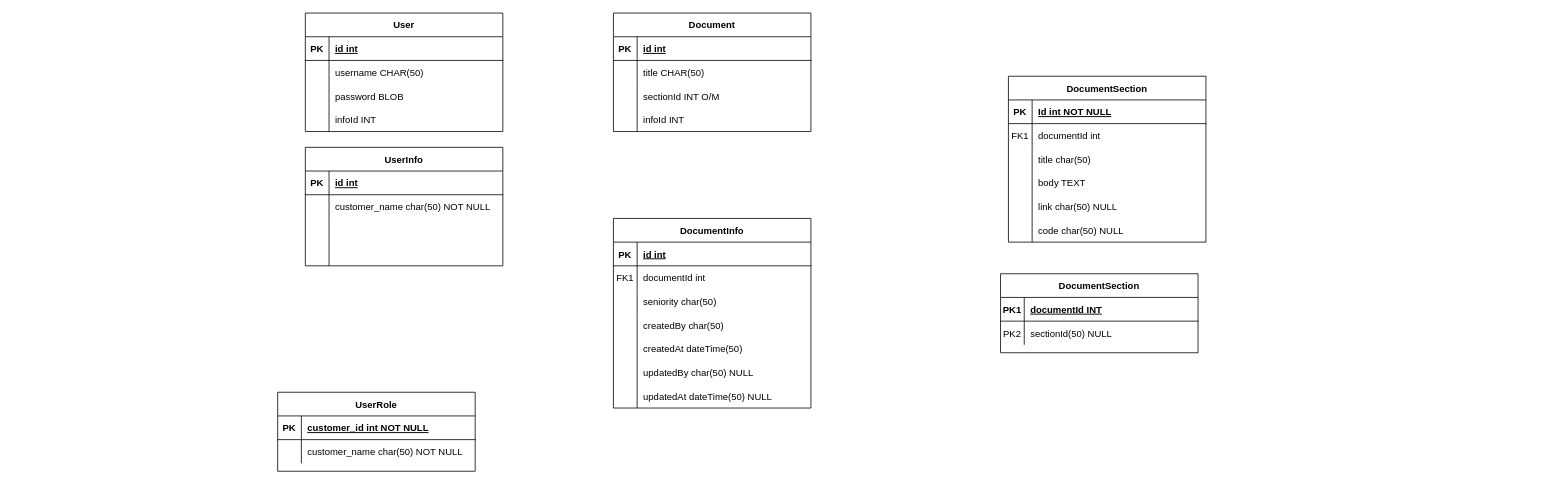
This is Diagrama sin título.drawio from Vedgge/WormSync, a draw.io file, before an edit. Source tidied: cells renumbered, new cells numbered last; positions are measured from the earlier drawing's top-left corner, leaving out a move shared by most shapes. Both pictures are drawn from the tidied source at 79%, with x=0, y=0 at pixel (277, 13).
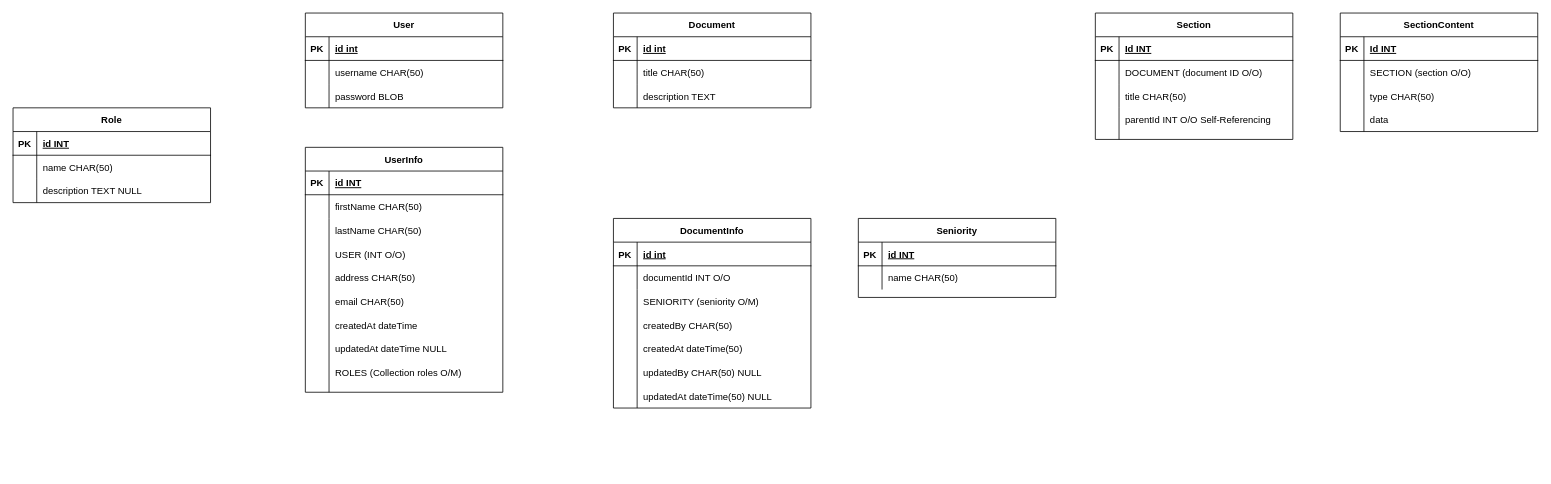
The same page after the edit.

Unchanged cells that the change refers to:
```xml
<mxCell id="3" style="shape=partialRectangle;fillColor=none;top=0;left=0;right=0;bottom=1;" parent="2" vertex="1">
  <mxGeometry y="30" width="250" height="30" as="geometry" />
</mxCell>
<mxCell id="6" style="shape=partialRectangle;fillColor=none;top=0;left=0;right=0;bottom=0;" parent="2" vertex="1">
  <mxGeometry y="60" width="250" height="30" as="geometry" />
</mxCell>
<mxCell id="9" style="shape=partialRectangle;fillColor=none;top=0;left=0;right=0;bottom=0;" parent="2" vertex="1">
  <mxGeometry y="90" width="250" height="30" as="geometry" />
</mxCell>
<mxCell id="20" style="shape=partialRectangle;fillColor=none;top=0;left=0;right=0;bottom=1;" parent="19" vertex="1">
  <mxGeometry y="30" width="250" height="30" as="geometry" />
</mxCell>
<mxCell id="23" style="shape=partialRectangle;fillColor=none;top=0;left=0;right=0;bottom=0;" parent="19" vertex="1">
  <mxGeometry y="60" width="250" height="30" as="geometry" />
</mxCell>
<mxCell id="27" style="shape=partialRectangle;fillColor=none;top=0;left=0;right=0;bottom=1;" parent="26" vertex="1">
  <mxGeometry y="30" width="250" height="30" as="geometry" />
</mxCell>
<mxCell id="30" style="shape=partialRectangle;fillColor=none;top=0;left=0;right=0;bottom=0;" parent="26" vertex="1">
  <mxGeometry y="60" width="250" height="30" as="geometry" />
</mxCell>
<mxCell id="34" value="DocumentInfo" style="shape=table;startSize=30;childLayout=tableLayout;rowLines=0;fontStyle=1;align=center;" parent="1" vertex="1">
  <mxGeometry x="425" y="260" width="250" height="240" as="geometry" />
</mxCell>
<mxCell id="65" style="group;" parent="1" vertex="1">
  <mxGeometry x="425" width="250" height="150" as="geometry" />
</mxCell>
<mxCell id="67" style="group;" parent="65" vertex="1">
  <mxGeometry width="250" height="150" as="geometry" />
</mxCell>
```

What changed in the source:
```diff
@@
-    <mxCell id="2" value="DocumentSection" style="shape=table;startSize=30;childLayout=tableLayout;rowLines=0;fontStyle=1;align=center;" parent="1" vertex="1">
-      <mxGeometry x="925" y="80" width="250" height="210" as="geometry" />
+    <mxCell id="2" value="Section" style="shape=table;startSize=30;childLayout=tableLayout;rowLines=0;fontStyle=1;align=center;" parent="1" vertex="1">
+      <mxGeometry x="1035" width="250" height="160" as="geometry" />
     </mxCell>
@@
-    <mxCell id="5" value="Id int NOT NULL " style="shape=partialRectangle;overflow=hidden;fillColor=none;top=0;left=0;bottom=0;right=0;align=left;spacingLeft=6;fontStyle=5;" parent="3" vertex="1">
+    <mxCell id="5" value="Id INT" style="shape=partialRectangle;overflow=hidden;fillColor=none;top=0;left=0;bottom=0;right=0;align=left;spacingLeft=6;fontStyle=5;" parent="3" vertex="1">
       <mxGeometry x="30" width="220" height="30" as="geometry" />
     </mxCell>
@@
-    <mxCell id="7" value="FK1" style="shape=partialRectangle;overflow=hidden;fillColor=none;top=0;left=0;bottom=0;right=0;" parent="6" vertex="1">
+    <mxCell id="7" style="shape=partialRectangle;overflow=hidden;fillColor=none;top=0;left=0;bottom=0;right=0;" parent="6" vertex="1">
       <mxGeometry width="30" height="30" as="geometry" />
     </mxCell>
-    <mxCell id="8" value="documentId int" style="shape=partialRectangle;overflow=hidden;fillColor=none;top=0;left=0;bottom=0;right=0;align=left;spacingLeft=6;" parent="6" vertex="1">
+    <mxCell id="8" value="DOCUMENT (document ID O/O)" style="shape=partialRectangle;overflow=hidden;fillColor=none;top=0;left=0;bottom=0;right=0;align=left;spacingLeft=6;" parent="6" vertex="1">
       <mxGeometry x="30" width="220" height="30" as="geometry" />
     </mxCell>
@@
-    <mxCell id="11" value="title char(50)" style="shape=partialRectangle;overflow=hidden;fillColor=none;top=0;left=0;bottom=0;right=0;align=left;spacingLeft=6;" parent="9" vertex="1">
+    <mxCell id="11" value="title CHAR(50)" style="shape=partialRectangle;overflow=hidden;fillColor=none;top=0;left=0;bottom=0;right=0;align=left;spacingLeft=6;" parent="9" vertex="1">
       <mxGeometry x="30" width="220" height="30" as="geometry" />
     </mxCell>
     <mxCell id="12" value="User" style="shape=table;startSize=30;childLayout=tableLayout;rowLines=0;fontStyle=1;align=center;" parent="1" vertex="1">
-      <mxGeometry x="35" width="250" height="150" as="geometry" />
+      <mxGeometry x="35" width="250" height="120" as="geometry" />
     </mxCell>
@@
     <mxCell id="19" value="UserInfo" style="shape=table;startSize=30;childLayout=tableLayout;rowLines=0;fontStyle=1;align=center;" parent="1" vertex="1">
-      <mxGeometry x="35" y="170" width="250" height="150" as="geometry" />
+      <mxGeometry x="35" y="170" width="250" height="310" as="geometry" />
     </mxCell>
@@
-    <mxCell id="22" value="id int" style="shape=partialRectangle;overflow=hidden;fillColor=none;top=0;left=0;bottom=0;right=0;align=left;spacingLeft=6;fontStyle=5;" parent="20" vertex="1">
+    <mxCell id="22" value="id INT" style="shape=partialRectangle;overflow=hidden;fillColor=none;top=0;left=0;bottom=0;right=0;align=left;spacingLeft=6;fontStyle=5;" parent="20" vertex="1">
       <mxGeometry x="30" width="220" height="30" as="geometry" />
     </mxCell>
@@
-    <mxCell id="25" value="customer_name char(50) NOT NULL" style="shape=partialRectangle;overflow=hidden;fillColor=none;top=0;left=0;bottom=0;right=0;align=left;spacingLeft=6;" parent="23" vertex="1">
+    <mxCell id="25" value="firstName CHAR(50)" style="shape=partialRectangle;overflow=hidden;fillColor=none;top=0;left=0;bottom=0;right=0;align=left;spacingLeft=6;" parent="23" vertex="1">
       <mxGeometry x="30" width="220" height="30" as="geometry" />
     </mxCell>
-    <mxCell id="26" value="UserRole" style="shape=table;startSize=30;childLayout=tableLayout;rowLines=0;fontStyle=1;align=center;" parent="1" vertex="1">
-      <mxGeometry y="480" width="250" height="100" as="geometry" />
+    <mxCell id="26" value="Role" style="shape=table;startSize=30;childLayout=tableLayout;rowLines=0;fontStyle=1;align=center;" parent="1" vertex="1">
+      <mxGeometry x="-335" y="120" width="250" height="120" as="geometry" />
     </mxCell>
@@
-    <mxCell id="29" value="customer_id int NOT NULL " style="shape=partialRectangle;overflow=hidden;fillColor=none;top=0;left=0;bottom=0;right=0;align=left;spacingLeft=6;fontStyle=5;" parent="27" vertex="1">
+    <mxCell id="29" value="id INT" style="shape=partialRectangle;overflow=hidden;fillColor=none;top=0;left=0;bottom=0;right=0;align=left;spacingLeft=6;fontStyle=5;" parent="27" vertex="1">
       <mxGeometry x="30" width="220" height="30" as="geometry" />
     </mxCell>
@@
-    <mxCell id="32" value="customer_name char(50) NOT NULL" style="shape=partialRectangle;overflow=hidden;fillColor=none;top=0;left=0;bottom=0;right=0;align=left;spacingLeft=6;" parent="30" vertex="1">
+    <mxCell id="32" value="name CHAR(50)" style="shape=partialRectangle;overflow=hidden;fillColor=none;top=0;left=0;bottom=0;right=0;align=left;spacingLeft=6;" parent="30" vertex="1">
       <mxGeometry x="30" width="220" height="30" as="geometry" />
     </mxCell>
     <mxCell id="33" style="endArrow=none;html=1;rounded=0;" parent="1" edge="1">
       <mxGeometry relative="1" as="geometry">
         <mxPoint x="455" y="500" as="sourcePoint" />
-        <mxPoint x="455" y="380" as="targetPoint" />
+        <mxPoint x="455" y="350" as="targetPoint" />
       </mxGeometry>
     </mxCell>
@@
-    <mxCell id="38" style="shape=partialRectangle;fillColor=none;top=0;left=0;right=0;bottom=0;" parent="34" vertex="1">
-      <mxGeometry y="60" width="250" height="30" as="geometry" />
-    </mxCell>
-    <mxCell id="39" value="FK1" style="shape=partialRectangle;overflow=hidden;fillColor=none;top=0;left=0;bottom=0;right=0;" parent="38" vertex="1">
-      <mxGeometry width="30" height="30" as="geometry" />
-    </mxCell>
-    <mxCell id="40" value="documentId int" style="shape=partialRectangle;overflow=hidden;fillColor=none;top=0;left=0;bottom=0;right=0;align=left;spacingLeft=6;" parent="38" vertex="1">
-      <mxGeometry x="30" width="220" height="30" as="geometry" />
-    </mxCell>
     <mxCell id="41" style="shape=partialRectangle;fillColor=none;top=0;left=0;right=0;bottom=0;" parent="34" vertex="1">
-      <mxGeometry y="90" width="250" height="30" as="geometry" />
+      <mxGeometry y="60" width="250" height="30" as="geometry" />
     </mxCell>
@@
-    <mxCell id="43" value="seniority char(50)" style="shape=partialRectangle;overflow=hidden;fillColor=none;top=0;left=0;bottom=0;right=0;align=left;spacingLeft=6;" parent="41" vertex="1">
+    <mxCell id="43" value="documentId INT O/O" style="shape=partialRectangle;overflow=hidden;fillColor=none;top=0;left=0;bottom=0;right=0;align=left;spacingLeft=6;" parent="41" vertex="1">
       <mxGeometry x="30" width="220" height="30" as="geometry" />
     </mxCell>
@@
-    <mxCell id="45" value="updatedBy char(50) NULL" style="shape=partialRectangle;overflow=hidden;fillColor=none;top=0;left=0;bottom=0;right=0;align=left;spacingLeft=6;" parent="1" vertex="1">
+    <mxCell id="45" value="updatedBy CHAR(50) NULL" style="shape=partialRectangle;overflow=hidden;fillColor=none;top=0;left=0;bottom=0;right=0;align=left;spacingLeft=6;" parent="1" vertex="1">
       <mxGeometry x="455" y="440" width="220" height="30" as="geometry" />
     </mxCell>
@@
-    <mxCell id="47" value="body TEXT" style="shape=partialRectangle;overflow=hidden;fillColor=none;top=0;left=0;bottom=0;right=0;align=left;spacingLeft=6;" parent="1" vertex="1">
-      <mxGeometry x="955" y="200" width="220" height="30" as="geometry" />
+    <mxCell id="47" value="type CHAR(50)" style="shape=partialRectangle;overflow=hidden;fillColor=none;top=0;left=0;bottom=0;right=0;align=left;spacingLeft=6;" parent="1" vertex="1">
+      <mxGeometry x="1375" y="90" width="220" height="30" as="geometry" />
     </mxCell>
-    <mxCell id="48" value="link char(50) NULL" style="shape=partialRectangle;overflow=hidden;fillColor=none;top=0;left=0;bottom=0;right=0;align=left;spacingLeft=6;" parent="1" vertex="1">
-      <mxGeometry x="955" y="230" width="220" height="30" as="geometry" />
-    </mxCell>
     <mxCell id="49" style="endArrow=none;html=1;rounded=0;" parent="1" edge="1">
       <mxGeometry relative="1" as="geometry">
-        <mxPoint x="955" y="290" as="sourcePoint" />
-        <mxPoint x="955" y="200" as="targetPoint" />
+        <mxPoint x="1065" y="160" as="sourcePoint" />
+        <mxPoint x="1065" y="120" as="targetPoint" />
       </mxGeometry>
     </mxCell>
-    <mxCell id="50" value="code char(50) NULL" style="shape=partialRectangle;overflow=hidden;fillColor=none;top=0;left=0;bottom=0;right=0;align=left;spacingLeft=6;" parent="1" vertex="1">
-      <mxGeometry x="955" y="260" width="220" height="30" as="geometry" />
-    </mxCell>
@@
-    <mxCell id="52" value="infoId INT" style="shape=partialRectangle;overflow=hidden;fillColor=none;top=0;left=0;bottom=0;right=0;align=left;spacingLeft=6;" parent="1" vertex="1">
-      <mxGeometry x="65" y="120" width="220" height="30" as="geometry" />
-    </mxCell>
     <mxCell id="53" style="endArrow=none;html=1;rounded=0;" parent="1" edge="1">
       <mxGeometry relative="1" as="geometry">
-        <mxPoint x="65" y="150" as="sourcePoint" />
+        <mxPoint x="65" y="120" as="sourcePoint" />
         <mxPoint x="65" y="90" as="targetPoint" />
       </mxGeometry>
     </mxCell>
     <mxCell id="54" style="endArrow=none;html=1;rounded=0;" parent="1" edge="1">
       <mxGeometry relative="1" as="geometry">
-        <mxPoint x="65" y="320" as="sourcePoint" />
+        <mxPoint x="65" y="480" as="sourcePoint" />
         <mxPoint x="65" y="260" as="targetPoint" />
       </mxGeometry>
     </mxCell>
-    <mxCell id="55" value="createdBy char(50)" style="shape=partialRectangle;overflow=hidden;fillColor=none;top=0;left=0;bottom=0;right=0;align=left;spacingLeft=6;" parent="1" vertex="1">
+    <mxCell id="55" value="createdBy CHAR(50)" style="shape=partialRectangle;overflow=hidden;fillColor=none;top=0;left=0;bottom=0;right=0;align=left;spacingLeft=6;" parent="1" vertex="1">
       <mxGeometry x="455" y="380" width="220" height="30" as="geometry" />
     </mxCell>
-    <mxCell id="56" style="group;" parent="1" vertex="1">
-      <mxGeometry x="915" y="330" width="250" height="100" as="geometry" />
-    </mxCell>
-    <mxCell id="57" value="DocumentSection" style="shape=table;startSize=30;childLayout=tableLayout;rowLines=0;fontStyle=1;align=center;" parent="56" vertex="1">
-      <mxGeometry width="250" height="100" as="geometry" />
-    </mxCell>
-    <mxCell id="58" style="shape=partialRectangle;fillColor=none;top=0;left=0;right=0;bottom=1;" parent="57" vertex="1">
-      <mxGeometry y="30" width="250" height="30" as="geometry" />
-    </mxCell>
-    <mxCell id="59" value="PK1" style="shape=partialRectangle;overflow=hidden;fillColor=none;top=0;left=0;bottom=0;right=0;fontStyle=1;" parent="58" vertex="1">
-      <mxGeometry width="30" height="30" as="geometry" />
-    </mxCell>
-    <mxCell id="60" value="documentId INT" style="shape=partialRectangle;overflow=hidden;fillColor=none;top=0;left=0;bottom=0;right=0;align=left;spacingLeft=6;fontStyle=5;" parent="58" vertex="1">
-      <mxGeometry x="30" width="220" height="30" as="geometry" />
-    </mxCell>
-    <mxCell id="61" style="shape=partialRectangle;fillColor=none;top=0;left=0;right=0;bottom=0;" parent="57" vertex="1">
-      <mxGeometry y="60" width="250" height="30" as="geometry" />
-    </mxCell>
-    <mxCell id="62" value="PK2" style="shape=partialRectangle;overflow=hidden;fillColor=none;top=0;left=0;bottom=0;right=0;" parent="61" vertex="1">
-      <mxGeometry width="30" height="30" as="geometry" />
-    </mxCell>
-    <mxCell id="63" style="shape=partialRectangle;overflow=hidden;fillColor=none;top=0;left=0;bottom=0;right=0;align=left;spacingLeft=6;" parent="61" vertex="1">
-      <mxGeometry x="30" width="220" height="30" as="geometry" />
-    </mxCell>
-    <mxCell id="64" value="sectionId(50) NULL" style="shape=partialRectangle;overflow=hidden;fillColor=none;top=0;left=0;bottom=0;right=0;align=left;spacingLeft=6;" parent="56" vertex="1">
-      <mxGeometry x="30" y="60" width="220" height="30" as="geometry" />
-    </mxCell>
@@
     <mxCell id="66" style="endArrow=none;html=1;rounded=0;" parent="65" edge="1">
       <mxGeometry relative="1" as="geometry">
-        <mxPoint x="30" y="150" as="sourcePoint" />
+        <mxPoint x="30" y="120" as="sourcePoint" />
         <mxPoint x="30" y="90" as="targetPoint" />
       </mxGeometry>
     </mxCell>
@@
     <mxCell id="68" value="Document" style="shape=table;startSize=30;childLayout=tableLayout;rowLines=0;fontStyle=1;align=center;" parent="67" vertex="1">
-      <mxGeometry width="250" height="150" as="geometry" />
+      <mxGeometry width="250" height="120" as="geometry" />
     </mxCell>
@@
-    <mxCell id="75" value="sectionId INT O/M" style="shape=partialRectangle;overflow=hidden;fillColor=none;top=0;left=0;bottom=0;right=0;align=left;spacingLeft=6;" parent="67" vertex="1">
-      <mxGeometry x="30" y="90" width="220" height="30" as="geometry" />
-    </mxCell>
-    <mxCell id="76" value="infoId INT" style="shape=partialRectangle;overflow=hidden;fillColor=none;top=0;left=0;bottom=0;right=0;align=left;spacingLeft=6;" parent="67" vertex="1">
-      <mxGeometry x="30" y="120" width="220" height="30" as="geometry" />
-    </mxCell>
+    <mxCell id="77" value="description TEXT" style="shape=partialRectangle;overflow=hidden;fillColor=none;top=0;left=0;bottom=0;right=0;align=left;spacingLeft=6;" parent="67" vertex="1">
+      <mxGeometry x="30" y="90" width="220" height="30" as="geometry" />
+    </mxCell>
+    <mxCell id="78" value="parentId INT O/O Self-Referencing" style="shape=partialRectangle;overflow=hidden;fillColor=none;top=0;left=0;bottom=0;right=0;align=left;spacingLeft=6;" parent="1" vertex="1">
+      <mxGeometry x="1065" y="120" width="220" height="30" as="geometry" />
+    </mxCell>
+    <mxCell id="79" value="SectionContent" style="shape=table;startSize=30;childLayout=tableLayout;rowLines=0;fontStyle=1;align=center;" parent="1" vertex="1">
+      <mxGeometry x="1345" width="250" height="150" as="geometry" />
+    </mxCell>
+    <mxCell id="80" style="shape=partialRectangle;fillColor=none;top=0;left=0;right=0;bottom=1;" parent="79" vertex="1">
+      <mxGeometry y="30" width="250" height="30" as="geometry" />
+    </mxCell>
+    <mxCell id="81" value="PK" style="shape=partialRectangle;overflow=hidden;fillColor=none;top=0;left=0;bottom=0;right=0;fontStyle=1;" parent="80" vertex="1">
+      <mxGeometry width="30" height="30" as="geometry" />
+    </mxCell>
+    <mxCell id="82" value="Id INT" style="shape=partialRectangle;overflow=hidden;fillColor=none;top=0;left=0;bottom=0;right=0;align=left;spacingLeft=6;fontStyle=5;" parent="80" vertex="1">
+      <mxGeometry x="30" width="220" height="30" as="geometry" />
+    </mxCell>
+    <mxCell id="83" style="shape=partialRectangle;fillColor=none;points=[[0,0.5],[1,0.5]];portConstraint=eastwest;top=0;left=0;right=0;bottom=0;" parent="79" vertex="1">
+      <mxGeometry y="60" width="250" height="30" as="geometry" />
+    </mxCell>
+    <mxCell id="84" style="shape=partialRectangle;overflow=hidden;fillColor=none;top=0;left=0;bottom=0;right=0;" parent="83" vertex="1">
+      <mxGeometry width="30" height="30" as="geometry" />
+    </mxCell>
+    <mxCell id="85" value="SECTION (section O/O)" style="shape=partialRectangle;overflow=hidden;fillColor=none;top=0;left=0;bottom=0;right=0;align=left;spacingLeft=6;" parent="83" vertex="1">
+      <mxGeometry x="30" width="220" height="30" as="geometry" />
+    </mxCell>
+    <mxCell id="86" style="endArrow=none;html=1;rounded=0;entryX=0.12;entryY=0.998;entryDx=0;entryDy=0;entryPerimeter=0;" parent="1" edge="1" target="83">
+      <mxGeometry relative="1" as="geometry">
+        <mxPoint x="1375" y="150" as="sourcePoint" />
+      </mxGeometry>
+    </mxCell>
+    <mxCell id="87" value="Seniority" style="shape=table;startSize=30;childLayout=tableLayout;rowLines=0;fontStyle=1;align=center;" parent="1" vertex="1">
+      <mxGeometry x="735" y="260" width="250" height="100" as="geometry" />
+    </mxCell>
+    <mxCell id="88" style="shape=partialRectangle;fillColor=none;top=0;left=0;right=0;bottom=1;" parent="87" vertex="1">
+      <mxGeometry y="30" width="250" height="30" as="geometry" />
+    </mxCell>
+    <mxCell id="89" value="PK" style="shape=partialRectangle;overflow=hidden;fillColor=none;top=0;left=0;bottom=0;right=0;fontStyle=1;" parent="88" vertex="1">
+      <mxGeometry width="30" height="30" as="geometry" />
+    </mxCell>
+    <mxCell id="90" value="id INT" style="shape=partialRectangle;overflow=hidden;fillColor=none;top=0;left=0;bottom=0;right=0;align=left;spacingLeft=6;fontStyle=5;" parent="88" vertex="1">
+      <mxGeometry x="30" width="220" height="30" as="geometry" />
+    </mxCell>
+    <mxCell id="91" style="shape=partialRectangle;fillColor=none;top=0;left=0;right=0;bottom=0;" parent="87" vertex="1">
+      <mxGeometry y="60" width="250" height="30" as="geometry" />
+    </mxCell>
+    <mxCell id="92" style="shape=partialRectangle;overflow=hidden;fillColor=none;top=0;left=0;bottom=0;right=0;" parent="91" vertex="1">
+      <mxGeometry width="30" height="30" as="geometry" />
+    </mxCell>
+    <mxCell id="63" style="shape=partialRectangle;overflow=hidden;fillColor=none;top=0;left=0;bottom=0;right=0;align=left;spacingLeft=6;" parent="91" vertex="1">
+      <mxGeometry x="30" width="220" height="30" as="geometry" />
+    </mxCell>
+    <mxCell id="93" value="name CHAR(50)" style="shape=partialRectangle;overflow=hidden;fillColor=none;top=0;left=0;bottom=0;right=0;align=left;spacingLeft=6;" parent="1" vertex="1">
+      <mxGeometry x="765" y="320" width="220" height="30" as="geometry" />
+    </mxCell>
+    <mxCell id="94" value="lastName CHAR(50)" style="shape=partialRectangle;overflow=hidden;fillColor=none;top=0;left=0;bottom=0;right=0;align=left;spacingLeft=6;" parent="1" vertex="1">
+      <mxGeometry x="65" y="260" width="220" height="30" as="geometry" />
+    </mxCell>
+    <mxCell id="95" value="email CHAR(50)" style="shape=partialRectangle;overflow=hidden;fillColor=none;top=0;left=0;bottom=0;right=0;align=left;spacingLeft=6;" parent="1" vertex="1">
+      <mxGeometry x="65" y="350" width="220" height="30" as="geometry" />
+    </mxCell>
+    <mxCell id="96" value="createdAt dateTime" style="shape=partialRectangle;overflow=hidden;fillColor=none;top=0;left=0;bottom=0;right=0;align=left;spacingLeft=6;" parent="1" vertex="1">
+      <mxGeometry x="65" y="380" width="220" height="30" as="geometry" />
+    </mxCell>
+    <mxCell id="97" value="updatedAt dateTime NULL" style="shape=partialRectangle;overflow=hidden;fillColor=none;top=0;left=0;bottom=0;right=0;align=left;spacingLeft=6;" parent="1" vertex="1">
+      <mxGeometry x="65" y="410" width="220" height="30" as="geometry" />
+    </mxCell>
+    <mxCell id="98" value="ROLES (Collection roles O/M)" style="shape=partialRectangle;overflow=hidden;fillColor=none;top=0;left=0;bottom=0;right=0;align=left;spacingLeft=6;" parent="1" vertex="1">
+      <mxGeometry x="65" y="440" width="220" height="30" as="geometry" />
+    </mxCell>
+    <mxCell id="99" value="description TEXT NULL" style="shape=partialRectangle;overflow=hidden;fillColor=none;top=0;left=0;bottom=0;right=0;align=left;spacingLeft=6;" parent="1" vertex="1">
+      <mxGeometry x="-305" y="210" width="220" height="30" as="geometry" />
+    </mxCell>
+    <mxCell id="100" style="endArrow=none;html=1;rounded=0;" parent="1" edge="1">
+      <mxGeometry relative="1" as="geometry">
+        <mxPoint x="-305" y="240" as="sourcePoint" />
+        <mxPoint x="-305" y="210" as="targetPoint" />
+      </mxGeometry>
+    </mxCell>
+    <mxCell id="101" value="USER (INT O/O)" style="shape=partialRectangle;overflow=hidden;fillColor=none;top=0;left=0;bottom=0;right=0;align=left;spacingLeft=6;" parent="1" vertex="1">
+      <mxGeometry x="65" y="290" width="220" height="30" as="geometry" />
+    </mxCell>
+    <mxCell id="102" value="SENIORITY (seniority O/M)" style="shape=partialRectangle;overflow=hidden;fillColor=none;top=0;left=0;bottom=0;right=0;align=left;spacingLeft=6;" parent="1" vertex="1">
+      <mxGeometry x="455" y="350" width="220" height="30" as="geometry" />
+    </mxCell>
+    <mxCell id="103" value="data" style="shape=partialRectangle;overflow=hidden;fillColor=none;top=0;left=0;bottom=0;right=0;align=left;spacingLeft=6;" parent="1" vertex="1">
+      <mxGeometry x="1375" y="120" width="220" height="30" as="geometry" />
+    </mxCell>
+    <mxCell id="104" value="address CHAR(50)" style="shape=partialRectangle;overflow=hidden;fillColor=none;top=0;left=0;bottom=0;right=0;align=left;spacingLeft=6;" parent="1" vertex="1">
+      <mxGeometry x="65" y="320" width="220" height="30" as="geometry" />
+    </mxCell>
```
